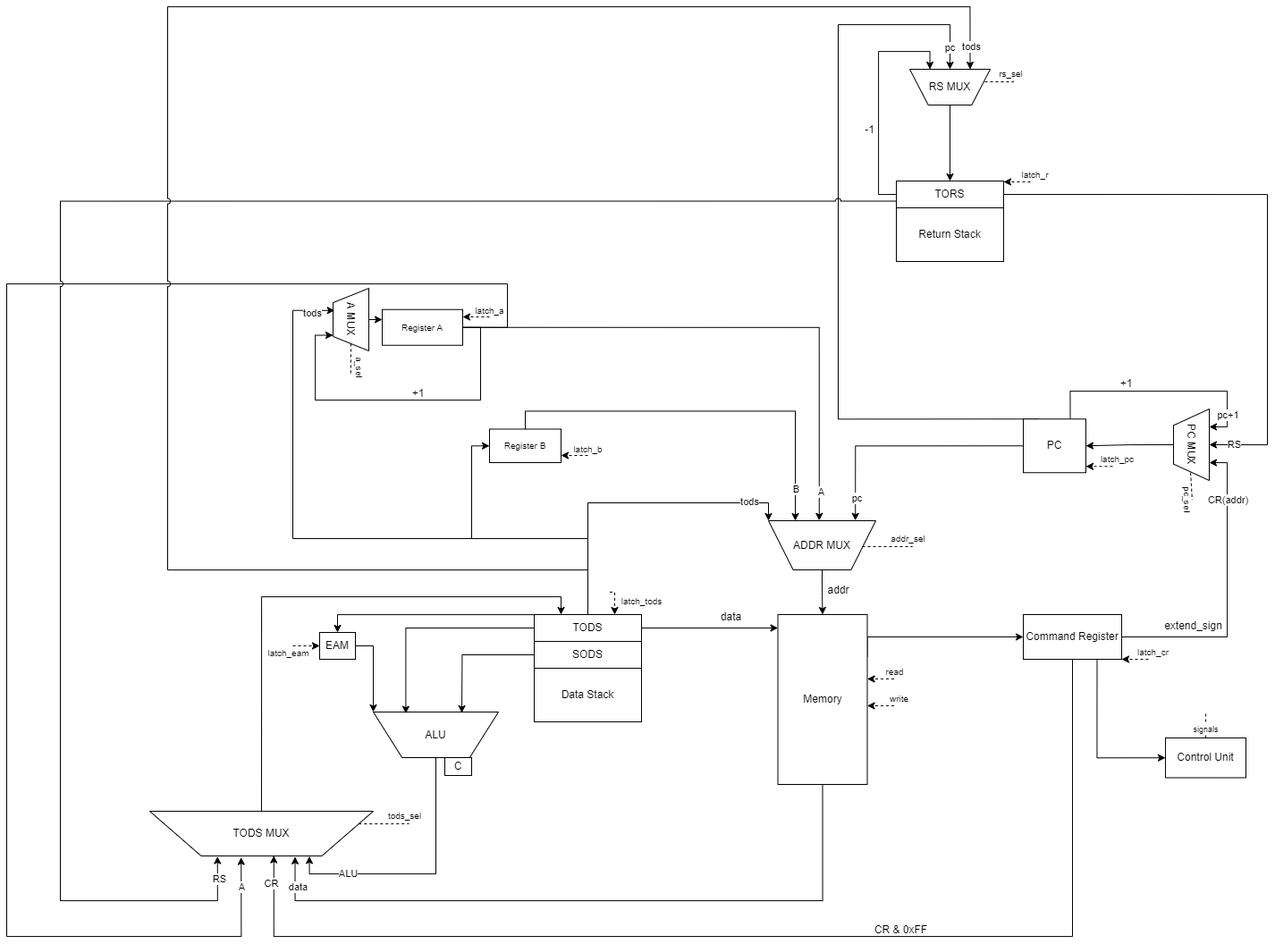
Before: schemes-3lab.drawio.png, a diagram exported from draw.io (kaysiodl/ITMO). Source tidied: cells renumbered, new cells last; positions are measured from the earlier drawing's top-left corner, leaving out a move shared by most shapes.
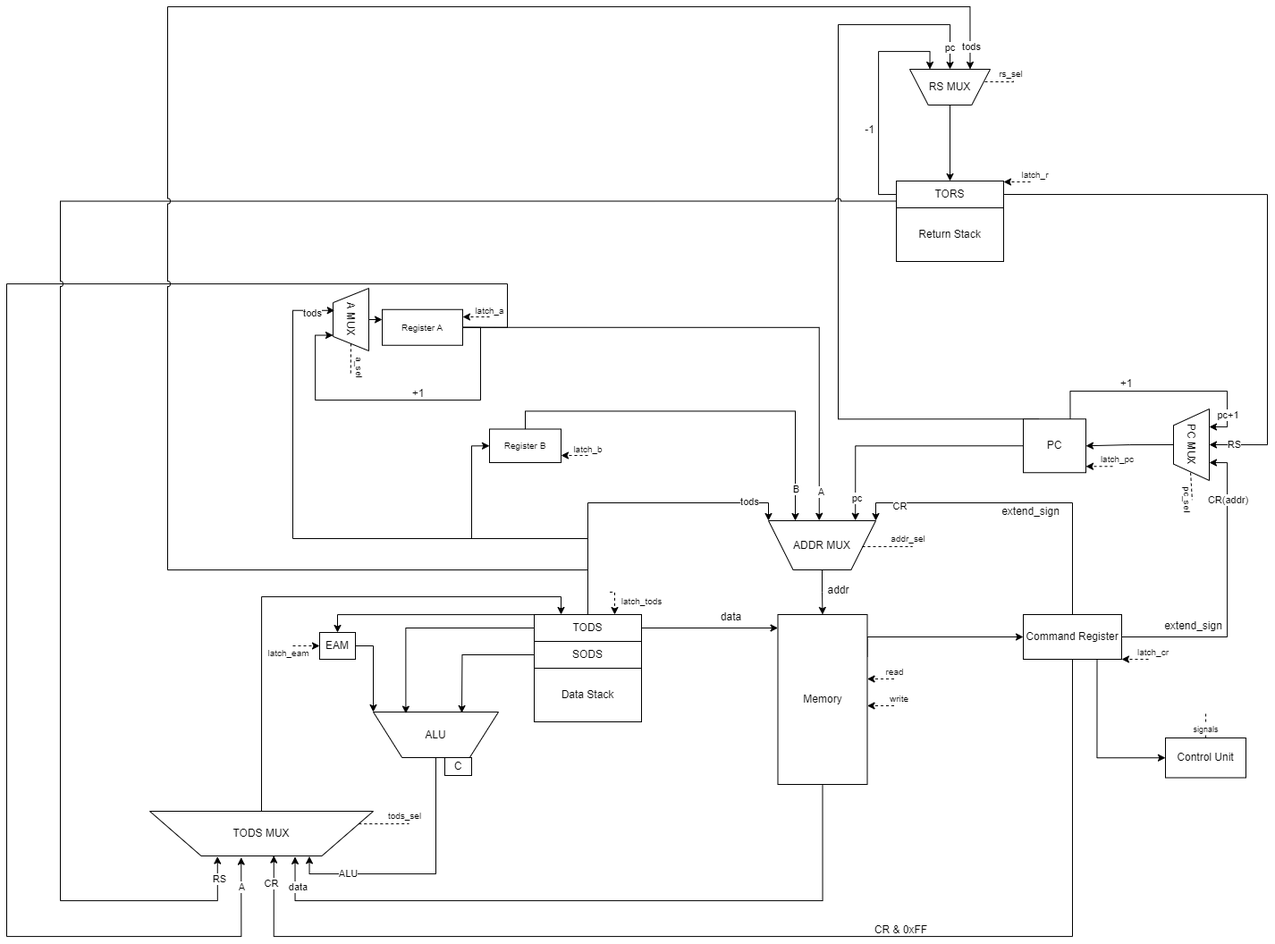
After the change.

What changed in the source:
```diff
@@ -182,6 +182,14 @@
     <mxCell id="45" style="edgeStyle=orthogonalEdgeStyle;rounded=0;jettySize=auto;html=1;exitX=0.75;exitY=1;exitDx=0;exitDy=0;entryX=0;entryY=0.5;entryDx=0;entryDy=0;" parent="1" edge="1" source="46" target="100">
       <mxGeometry relative="1" as="geometry" />
     </mxCell>
+    <mxCell id="107" style="edgeStyle=orthogonalEdgeStyle;rounded=0;jettySize=auto;html=1;exitX=0.5;exitY=0;exitDx=0;exitDy=0;entryX=1;entryY=0;entryDx=0;entryDy=0;" parent="1" edge="1" source="46" target="9">
+      <mxGeometry relative="1" as="geometry" />
+    </mxCell>
+    <mxCell id="108" value="CR" style="edgeLabel;html=1;align=center;verticalAlign=middle;" parent="107" vertex="1">
+      <mxGeometry x="0.75" y="3" relative="1" as="geometry">
+        <mxPoint x="1" as="offset" />
+      </mxGeometry>
+    </mxCell>
     <mxCell id="46" value="Command Register" style="rounded=0;whiteSpace=wrap;html=1;" parent="1" vertex="1">
       <mxGeometry x="1137" y="680" width="110" height="50" as="geometry" />
     </mxCell>
@@ -447,5 +455,8 @@
     <mxCell id="106" value="&lt;font style=&quot;font-size: 10px;&quot;&gt;latch_eam&lt;/font&gt;" style="text;html=1;align=center;verticalAlign=middle;strokeColor=none;fillColor=none;" parent="1" vertex="1">
       <mxGeometry x="280" y="708" width="70" height="30" as="geometry" />
     </mxCell>
+    <mxCell id="109" value="extend_sign" style="text;html=1;align=center;verticalAlign=middle;strokeColor=none;fillColor=none;" parent="1" vertex="1">
+      <mxGeometry x="1100" y="550" width="90" height="30" as="geometry" />
+    </mxCell>
   </root>
 </mxGraphModel>
```
